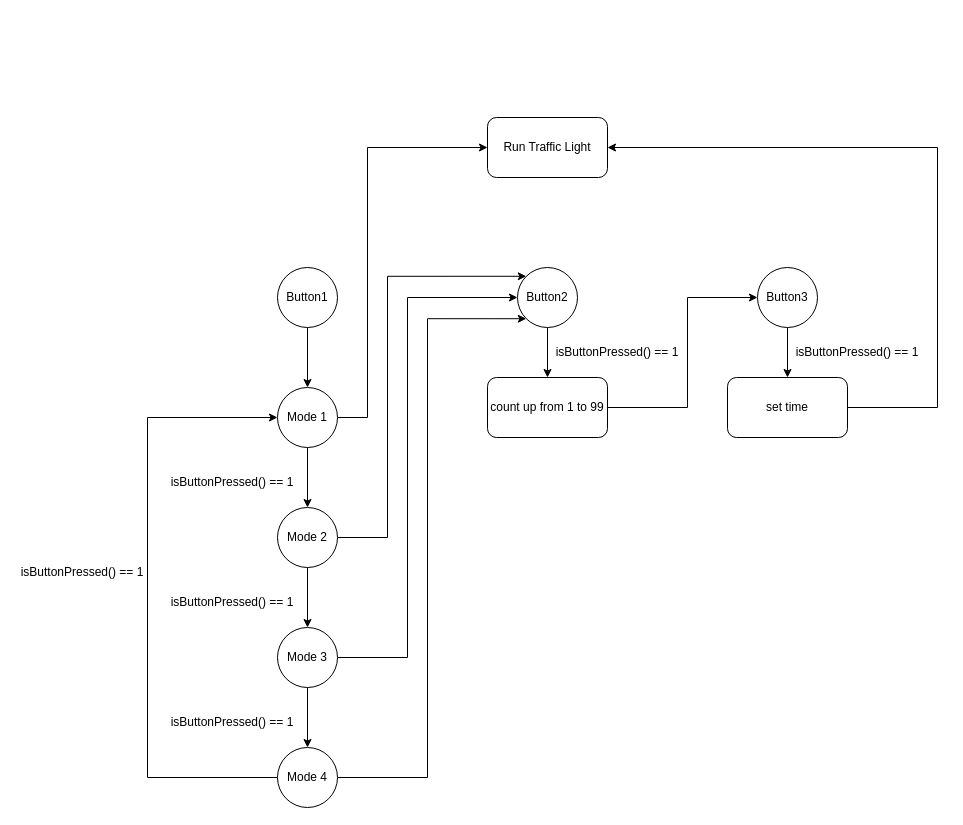
Above: FSM.drawio in phamleanh05/VXL-1652026-Lab-3 (draw.io), before the change. Source tidied: cells renumbered, new cells numbered last; positions are measured from the earlier drawing's top-left corner, leaving out a move shared by most shapes. Both pictures are drawn from the tidied source at 100%, with x=0, y=0 at pixel (17, 117).
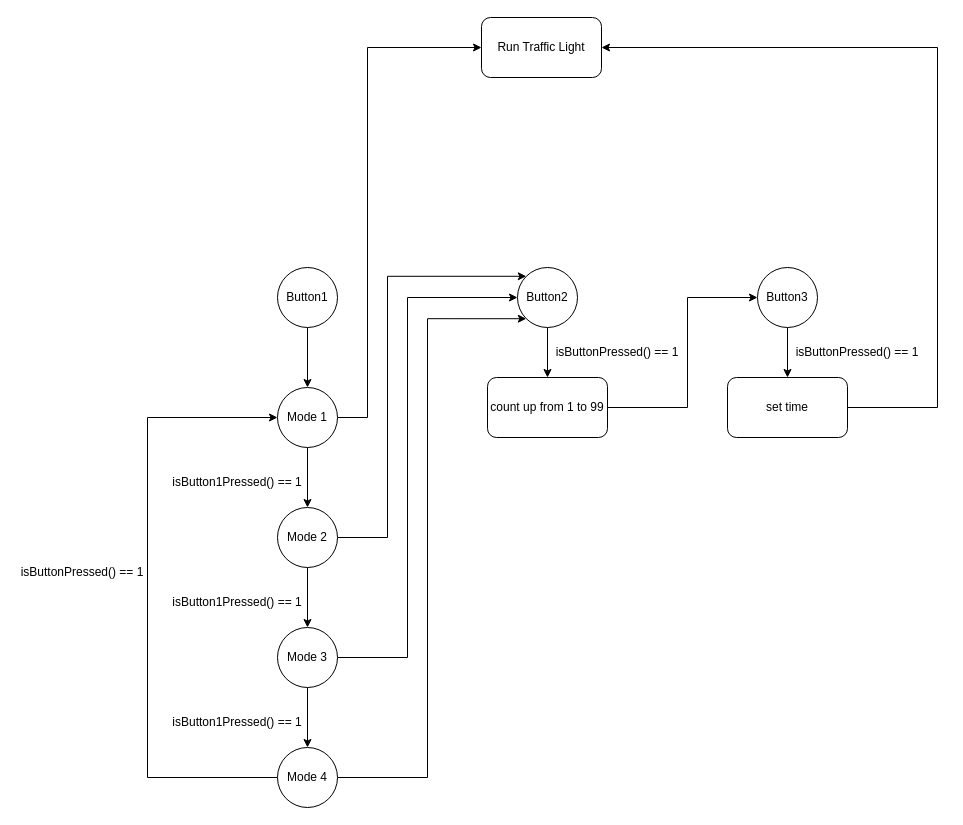
After the change.

Unchanged cells that the change refers to:
```xml
<mxCell id="10" value="Mode 1" style="ellipse;whiteSpace=wrap;html=1;" parent="1" vertex="1">
  <mxGeometry x="260" y="270" width="60" height="60" as="geometry" />
</mxCell>
<mxCell id="28" value="set time" style="rounded=1;whiteSpace=wrap;html=1;" parent="1" vertex="1">
  <mxGeometry x="710" y="260" width="120" height="60" as="geometry" />
</mxCell>
```

The edit, as a diff of the source:
```diff
@@
     <mxCell id="9" style="edgeStyle=orthogonalEdgeStyle;rounded=0;jettySize=auto;html=1;entryX=0;entryY=0.5;entryDx=0;entryDy=0;" parent="1" edge="1" source="10" target="30">
       <mxGeometry relative="1" as="geometry">
         <Array as="points">
           <mxPoint x="350" y="300" />
-          <mxPoint x="350" y="30" />
+          <mxPoint x="350" y="-70" />
         </Array>
       </mxGeometry>
     </mxCell>
@@
-    <mxCell id="20" value="isButtonPressed() == 1" style="text;html=1;whiteSpace=wrap;strokeColor=none;fillColor=none;align=center;verticalAlign=middle;rounded=0;" parent="1" vertex="1">
-      <mxGeometry x="150" y="350" width="130" height="30" as="geometry" />
+    <mxCell id="20" value="isButton1Pressed() == 1" style="text;html=1;whiteSpace=wrap;strokeColor=none;fillColor=none;align=center;verticalAlign=middle;rounded=0;" parent="1" vertex="1">
+      <mxGeometry x="150" y="350" width="140" height="30" as="geometry" />
     </mxCell>
-    <mxCell id="21" value="isButtonPressed() == 1" style="text;html=1;whiteSpace=wrap;strokeColor=none;fillColor=none;align=center;verticalAlign=middle;rounded=0;" parent="1" vertex="1">
-      <mxGeometry x="150" y="470" width="130" height="30" as="geometry" />
+    <mxCell id="21" value="isButton1Pressed() == 1" style="text;html=1;whiteSpace=wrap;strokeColor=none;fillColor=none;align=center;verticalAlign=middle;rounded=0;" parent="1" vertex="1">
+      <mxGeometry x="150" y="470" width="140" height="30" as="geometry" />
     </mxCell>
-    <mxCell id="22" value="isButtonPressed() == 1" style="text;html=1;whiteSpace=wrap;strokeColor=none;fillColor=none;align=center;verticalAlign=middle;rounded=0;" parent="1" vertex="1">
-      <mxGeometry x="150" y="590" width="130" height="30" as="geometry" />
+    <mxCell id="22" value="isButton1Pressed() == 1" style="text;html=1;whiteSpace=wrap;strokeColor=none;fillColor=none;align=center;verticalAlign=middle;rounded=0;" parent="1" vertex="1">
+      <mxGeometry x="150" y="590" width="140" height="30" as="geometry" />
     </mxCell>
@@
     <mxCell id="27" style="edgeStyle=orthogonalEdgeStyle;rounded=0;jettySize=auto;html=1;entryX=1;entryY=0.5;entryDx=0;entryDy=0;" parent="1" edge="1" source="28" target="30">
       <mxGeometry relative="1" as="geometry">
         <Array as="points">
           <mxPoint x="920" y="290" />
-          <mxPoint x="920" y="30" />
+          <mxPoint x="920" y="-70" />
         </Array>
       </mxGeometry>
     </mxCell>
@@
     <mxCell id="30" value="Run Traffic Light" style="rounded=1;whiteSpace=wrap;html=1;" parent="1" vertex="1">
-      <mxGeometry x="470" width="120" height="60" as="geometry" />
+      <mxGeometry x="464" y="-100" width="120" height="60" as="geometry" />
     </mxCell>
```
